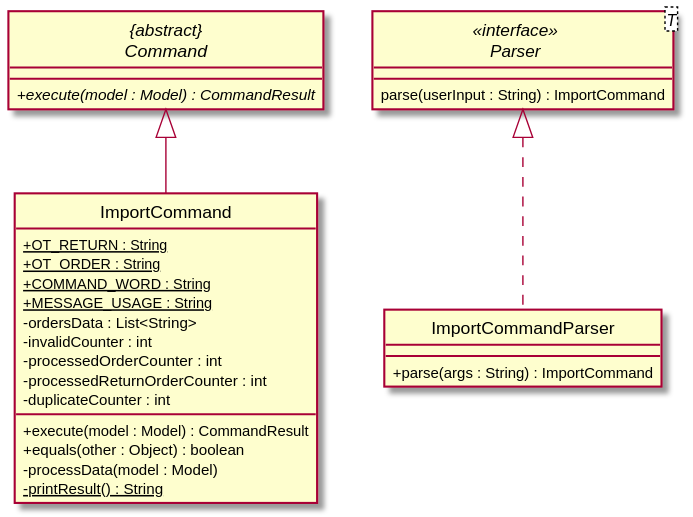
Above: docs/images/ImportClassDiagram.svg in nus-cs2103-AY1920S2/addressbook-level3 (PlantUML), before the change.
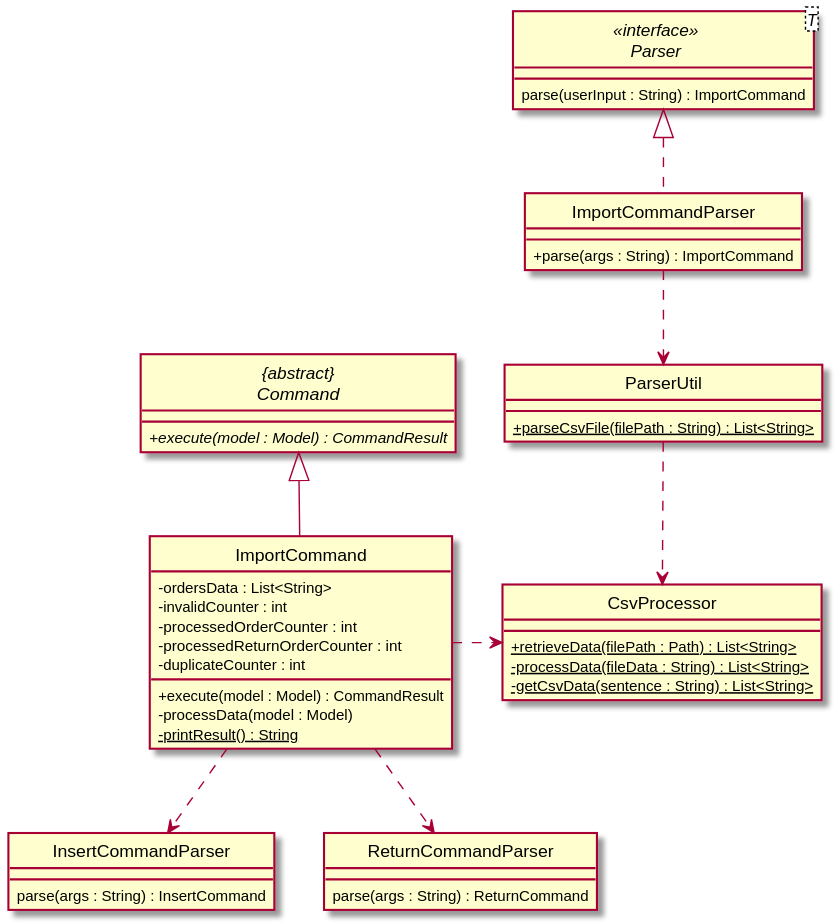
Later version of the same file.

Change to the diagram source:
```diff
@@ -16,10 +16,7 @@
 }
 
 class ImportCommand {
-    + {static} OT_RETURN : String
-    + {static} OT_ORDER : String
-    + {static} COMMAND_WORD : String
-    + {static} MESSAGE_USAGE : String
+
     - ordersData : List<String>
     - invalidCounter : int
     - processedOrderCounter : int
@@ -27,9 +24,32 @@
     - duplicateCounter : int
 
     + execute(model : Model) : CommandResult
-    + equals(other : Object) : boolean
     - processData(model : Model)
     - {static} printResult() : String
 }
+
+class ParserUtil {
+    + {static} parseCsvFile(filePath : String) : List<String>
+}
+
+class CsvProcessor {
+    + {static} retrieveData(filePath : Path) : List<String>
+    - {static} processData(fileData : String) : List<String>
+    - {static} getCsvData(sentence : String) : List<String>
+}
+
+class InsertCommandParser {
+    parse(args : String) : InsertCommand
+}
+
+class ReturnCommandParser {
+    parse(args : String) : ReturnCommand
+}
+
+ImportCommand ..> InsertCommandParser
+ImportCommand ..> ReturnCommandParser
+ImportCommandParser ..down> ParserUtil
+ParserUtil ..down> CsvProcessor
+ImportCommand ..right> CsvProcessor
 ImportCommand --up|> "{abstract}\nCommand"
 @enduml
```
